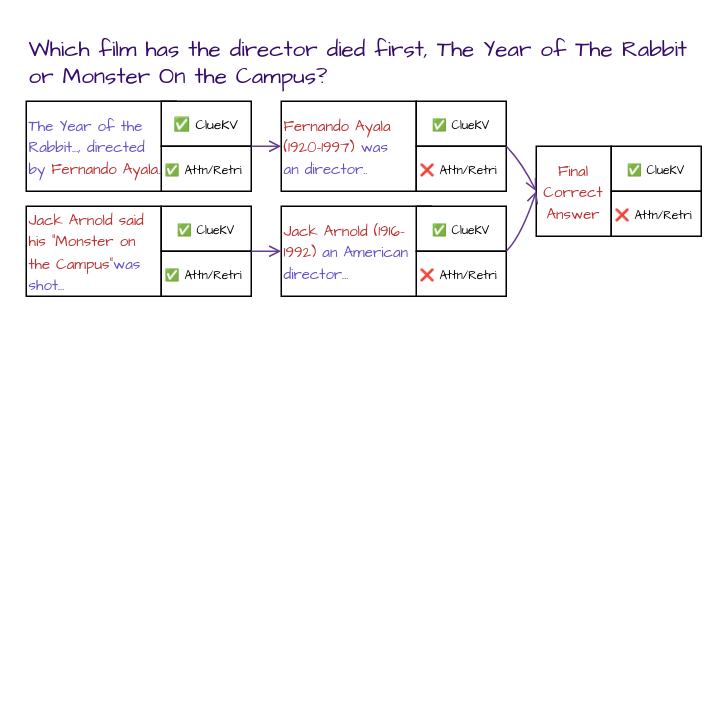
Before: draw.io/Untitled Diagram.drawio in paitsai/texbook, a draw.io diagram. Source tidied: cells renumbered, new cells numbered last; positions are measured from the earlier drawing's top-left corner, leaving out a move shared by most shapes. Both pictures are drawn from the tidied source at 150%, with x=0, y=0 at pixel (26, 26).
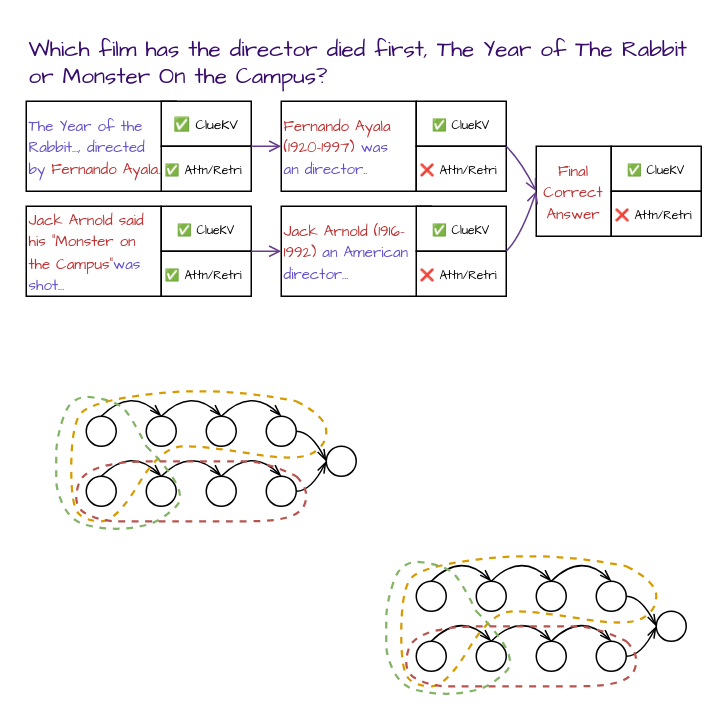
The same diagram, later.

What changed in the source:
```diff
@@
+    <mxCell id="22" style="ellipse;whiteSpace=wrap;html=1;" parent="1" vertex="1">
+      <mxGeometry x="40" y="260" width="20" height="20" as="geometry" />
+    </mxCell>
+    <mxCell id="23" style="ellipse;whiteSpace=wrap;html=1;" parent="1" vertex="1">
+      <mxGeometry x="40" y="300" width="20" height="20" as="geometry" />
+    </mxCell>
+    <mxCell id="24" style="ellipse;whiteSpace=wrap;html=1;" parent="1" vertex="1">
+      <mxGeometry x="80" y="260" width="20" height="20" as="geometry" />
+    </mxCell>
+    <mxCell id="25" style="ellipse;whiteSpace=wrap;html=1;" parent="1" vertex="1">
+      <mxGeometry x="80" y="300" width="20" height="20" as="geometry" />
+    </mxCell>
+    <mxCell id="26" style="ellipse;whiteSpace=wrap;html=1;" parent="1" vertex="1">
+      <mxGeometry x="120" y="300" width="20" height="20" as="geometry" />
+    </mxCell>
+    <mxCell id="27" style="ellipse;whiteSpace=wrap;html=1;" parent="1" vertex="1">
+      <mxGeometry x="120" y="260" width="20" height="20" as="geometry" />
+    </mxCell>
+    <mxCell id="28" style="curved=1;endArrow=openThin;html=1;rounded=0;exitX=0.5;exitY=0;exitDx=0;exitDy=0;entryX=0.5;entryY=0;entryDx=0;entryDy=0;endFill=0;" parent="1" edge="1" source="22" target="24">
+      <mxGeometry relative="1" as="geometry">
+        <Array as="points">
+          <mxPoint x="70" y="240" />
+        </Array>
+      </mxGeometry>
+    </mxCell>
+    <mxCell id="29" style="curved=1;endArrow=openThin;html=1;rounded=0;exitX=0.5;exitY=0;exitDx=0;exitDy=0;entryX=0.5;entryY=0;entryDx=0;entryDy=0;endFill=0;" parent="1" edge="1">
+      <mxGeometry relative="1" as="geometry">
+        <mxPoint x="90" y="260" as="sourcePoint" />
+        <mxPoint x="130" y="260" as="targetPoint" />
+        <Array as="points">
+          <mxPoint x="110" y="240" />
+        </Array>
+      </mxGeometry>
+    </mxCell>
+    <mxCell id="30" style="curved=1;endArrow=openThin;html=1;rounded=0;exitX=0.5;exitY=0;exitDx=0;exitDy=0;entryX=0.5;entryY=0;entryDx=0;entryDy=0;endFill=0;" parent="1" edge="1">
+      <mxGeometry relative="1" as="geometry">
+        <mxPoint x="50" y="300" as="sourcePoint" />
+        <mxPoint x="90" y="300" as="targetPoint" />
+        <Array as="points">
+          <mxPoint x="70" y="280" />
+        </Array>
+      </mxGeometry>
+    </mxCell>
+    <mxCell id="31" style="curved=1;endArrow=openThin;html=1;rounded=0;exitX=0.5;exitY=0;exitDx=0;exitDy=0;entryX=0.5;entryY=0;entryDx=0;entryDy=0;endFill=0;" parent="1" edge="1">
+      <mxGeometry relative="1" as="geometry">
+        <mxPoint x="90" y="300" as="sourcePoint" />
+        <mxPoint x="130" y="300" as="targetPoint" />
+        <Array as="points">
+          <mxPoint x="110" y="280" />
+        </Array>
+      </mxGeometry>
+    </mxCell>
+    <mxCell id="32" style="curved=1;endArrow=none;html=1;rounded=0;endFill=0;dashed=1;fillColor=#ffe6cc;strokeColor=#d79b00;strokeWidth=1.5;" parent="1" edge="1">
+      <mxGeometry relative="1" as="geometry">
+        <mxPoint x="180" y="250" as="sourcePoint" />
+        <mxPoint x="180" y="250" as="targetPoint" />
+        <Array as="points">
+          <mxPoint x="200" y="260" />
+          <mxPoint x="200" y="280" />
+          <mxPoint x="180" y="290" />
+          <mxPoint x="120" y="280" />
+          <mxPoint x="90" y="280" />
+          <mxPoint x="60" y="330" />
+          <mxPoint x="40" y="330" />
+          <mxPoint x="30" y="320" />
+          <mxPoint x="30" y="270" />
+          <mxPoint x="40" y="250" />
+          <mxPoint x="130" y="240" />
+        </Array>
+      </mxGeometry>
+    </mxCell>
+    <mxCell id="33" style="curved=1;endArrow=none;html=1;rounded=0;endFill=0;dashed=1;fillColor=#d5e8d4;strokeColor=#82b366;strokeWidth=1.5;" parent="1" edge="1">
+      <mxGeometry relative="1" as="geometry">
+        <mxPoint x="80" y="280" as="sourcePoint" />
+        <mxPoint x="80" y="280" as="targetPoint" />
+        <Array as="points">
+          <mxPoint x="110" y="310" />
+          <mxPoint x="90" y="330" />
+          <mxPoint x="70" y="335" />
+          <mxPoint x="50" y="335" />
+          <mxPoint x="30" y="330" />
+          <mxPoint x="20" y="310" />
+          <mxPoint x="20" y="295" />
+          <mxPoint x="20" y="275" />
+          <mxPoint x="30" y="245" />
+          <mxPoint x="60" y="250" />
+          <mxPoint x="70" y="260" />
+        </Array>
+      </mxGeometry>
+    </mxCell>
+    <mxCell id="34" style="ellipse;whiteSpace=wrap;html=1;" parent="1" vertex="1">
+      <mxGeometry x="160" y="260" width="20" height="20" as="geometry" />
+    </mxCell>
+    <mxCell id="35" style="curved=1;endArrow=openThin;html=1;rounded=0;exitX=0.5;exitY=0;exitDx=0;exitDy=0;entryX=0.5;entryY=0;entryDx=0;entryDy=0;endFill=0;" parent="1" edge="1">
+      <mxGeometry relative="1" as="geometry">
+        <mxPoint x="130" y="260" as="sourcePoint" />
+        <mxPoint x="170" y="260" as="targetPoint" />
+        <Array as="points">
+          <mxPoint x="150" y="240" />
+        </Array>
+      </mxGeometry>
+    </mxCell>
+    <mxCell id="36" style="curved=1;endArrow=openThin;html=1;rounded=0;exitX=0.5;exitY=0;exitDx=0;exitDy=0;entryX=0;entryY=0.5;entryDx=0;entryDy=0;endFill=0;" parent="1" edge="1">
+      <mxGeometry relative="1" as="geometry">
+        <mxPoint x="180" y="270" as="sourcePoint" />
+        <mxPoint x="200" y="290" as="targetPoint" />
+        <Array as="points">
+          <mxPoint x="190" y="270" />
+        </Array>
+      </mxGeometry>
+    </mxCell>
+    <mxCell id="37" style="ellipse;whiteSpace=wrap;html=1;" parent="1" vertex="1">
+      <mxGeometry x="160" y="300" width="20" height="20" as="geometry" />
+    </mxCell>
+    <mxCell id="38" style="curved=1;endArrow=openThin;html=1;rounded=0;exitX=0.5;exitY=0;exitDx=0;exitDy=0;entryX=0.5;entryY=0;entryDx=0;entryDy=0;endFill=0;" parent="1" edge="1">
+      <mxGeometry relative="1" as="geometry">
+        <mxPoint x="130" y="300" as="sourcePoint" />
+        <mxPoint x="170" y="300" as="targetPoint" />
+        <Array as="points">
+          <mxPoint x="150" y="280" />
+        </Array>
+      </mxGeometry>
+    </mxCell>
+    <mxCell id="39" style="ellipse;whiteSpace=wrap;html=1;" parent="1" vertex="1">
+      <mxGeometry x="200" y="280" width="20" height="20" as="geometry" />
+    </mxCell>
+    <mxCell id="40" style="curved=1;endArrow=openThin;html=1;rounded=0;exitX=0.5;exitY=0;exitDx=0;exitDy=0;entryX=0;entryY=0.5;entryDx=0;entryDy=0;endFill=0;" parent="1" edge="1" target="39">
+      <mxGeometry relative="1" as="geometry">
+        <mxPoint x="180" y="310" as="sourcePoint" />
+        <Array as="points">
+          <mxPoint x="190" y="310" />
+        </Array>
+      </mxGeometry>
+    </mxCell>
+    <mxCell id="41" style="curved=1;endArrow=none;html=1;rounded=0;endFill=0;dashed=1;fillColor=#f8cecc;strokeColor=#b85450;strokeWidth=1.5;" parent="1" edge="1">
+      <mxGeometry relative="1" as="geometry">
+        <mxPoint x="180" y="300" as="sourcePoint" />
+        <mxPoint x="180" y="300" as="targetPoint" />
+        <Array as="points">
+          <mxPoint x="190" y="310" />
+          <mxPoint x="180" y="330" />
+          <mxPoint x="120" y="330" />
+          <mxPoint x="70" y="330" />
+          <mxPoint x="50" y="330" />
+          <mxPoint x="30" y="320" />
+          <mxPoint x="40" y="290" />
+          <mxPoint x="130" y="290" />
+          <mxPoint x="160" y="290" />
+        </Array>
+      </mxGeometry>
+    </mxCell>
+    <mxCell id="42" style="ellipse;whiteSpace=wrap;html=1;direction=east;" parent="1" vertex="1">
+      <mxGeometry x="260" y="370" width="20" height="20" as="geometry" />
+    </mxCell>
+    <mxCell id="43" style="ellipse;whiteSpace=wrap;html=1;direction=east;" parent="1" vertex="1">
+      <mxGeometry x="260" y="410" width="20" height="20" as="geometry" />
+    </mxCell>
+    <mxCell id="44" style="ellipse;whiteSpace=wrap;html=1;direction=east;" parent="1" vertex="1">
+      <mxGeometry x="300" y="370" width="20" height="20" as="geometry" />
+    </mxCell>
+    <mxCell id="45" style="ellipse;whiteSpace=wrap;html=1;direction=east;" parent="1" vertex="1">
+      <mxGeometry x="300" y="410" width="20" height="20" as="geometry" />
+    </mxCell>
+    <mxCell id="46" style="ellipse;whiteSpace=wrap;html=1;direction=east;" parent="1" vertex="1">
+      <mxGeometry x="340" y="410" width="20" height="20" as="geometry" />
+    </mxCell>
+    <mxCell id="47" style="ellipse;whiteSpace=wrap;html=1;direction=east;" parent="1" vertex="1">
+      <mxGeometry x="340" y="370" width="20" height="20" as="geometry" />
+    </mxCell>
+    <mxCell id="48" style="curved=1;endArrow=openThin;html=1;rounded=0;exitX=0.5;exitY=0;exitDx=0;exitDy=0;entryX=0.5;entryY=0;entryDx=0;entryDy=0;endFill=0;" parent="1" edge="1" source="42" target="44">
+      <mxGeometry relative="1" as="geometry">
+        <Array as="points">
+          <mxPoint x="290" y="350" />
+        </Array>
+      </mxGeometry>
+    </mxCell>
+    <mxCell id="49" style="curved=1;endArrow=openThin;html=1;rounded=0;exitX=0.5;exitY=0;exitDx=0;exitDy=0;entryX=0.5;entryY=0;entryDx=0;entryDy=0;endFill=0;" parent="1" edge="1">
+      <mxGeometry relative="1" as="geometry">
+        <mxPoint x="310" y="370" as="sourcePoint" />
+        <mxPoint x="350" y="370" as="targetPoint" />
+        <Array as="points">
+          <mxPoint x="330" y="350" />
+        </Array>
+      </mxGeometry>
+    </mxCell>
+    <mxCell id="50" style="curved=1;endArrow=openThin;html=1;rounded=0;exitX=0.5;exitY=0;exitDx=0;exitDy=0;entryX=0.5;entryY=0;entryDx=0;entryDy=0;endFill=0;" parent="1" edge="1">
+      <mxGeometry relative="1" as="geometry">
+        <mxPoint x="270" y="410" as="sourcePoint" />
+        <mxPoint x="310" y="410" as="targetPoint" />
+        <Array as="points">
+          <mxPoint x="290" y="390" />
+        </Array>
+      </mxGeometry>
+    </mxCell>
+    <mxCell id="51" style="curved=1;endArrow=openThin;html=1;rounded=0;exitX=0.5;exitY=0;exitDx=0;exitDy=0;entryX=0.5;entryY=0;entryDx=0;entryDy=0;endFill=0;" parent="1" edge="1">
+      <mxGeometry relative="1" as="geometry">
+        <mxPoint x="310" y="410" as="sourcePoint" />
+        <mxPoint x="350" y="410" as="targetPoint" />
+        <Array as="points">
+          <mxPoint x="330" y="390" />
+        </Array>
+      </mxGeometry>
+    </mxCell>
+    <mxCell id="52" style="curved=1;endArrow=none;html=1;rounded=0;endFill=0;dashed=1;fillColor=#ffe6cc;strokeColor=#d79b00;strokeWidth=1.5;" parent="1" edge="1">
+      <mxGeometry relative="1" as="geometry">
+        <mxPoint x="400" y="360" as="sourcePoint" />
+        <mxPoint x="400" y="360" as="targetPoint" />
+        <Array as="points">
+          <mxPoint x="420" y="370" />
+          <mxPoint x="420" y="390" />
+          <mxPoint x="400" y="400" />
+          <mxPoint x="340" y="390" />
+          <mxPoint x="310" y="390" />
+          <mxPoint x="280" y="440" />
+          <mxPoint x="260" y="440" />
+          <mxPoint x="250" y="430" />
+          <mxPoint x="250" y="380" />
+          <mxPoint x="260" y="360" />
+          <mxPoint x="350" y="350" />
+        </Array>
+      </mxGeometry>
+    </mxCell>
+    <mxCell id="53" style="curved=1;endArrow=none;html=1;rounded=0;endFill=0;dashed=1;fillColor=#d5e8d4;strokeColor=#82b366;strokeWidth=1.5;" parent="1" edge="1">
+      <mxGeometry relative="1" as="geometry">
+        <mxPoint x="300" y="390" as="sourcePoint" />
+        <mxPoint x="300" y="390" as="targetPoint" />
+        <Array as="points">
+          <mxPoint x="330" y="420" />
+          <mxPoint x="310" y="440" />
+          <mxPoint x="290" y="445" />
+          <mxPoint x="270" y="445" />
+          <mxPoint x="250" y="440" />
+          <mxPoint x="240" y="420" />
+          <mxPoint x="240" y="405" />
+          <mxPoint x="240" y="385" />
+          <mxPoint x="250" y="355" />
+          <mxPoint x="280" y="360" />
+          <mxPoint x="290" y="370" />
+        </Array>
+      </mxGeometry>
+    </mxCell>
+    <mxCell id="54" style="ellipse;whiteSpace=wrap;html=1;direction=east;" parent="1" vertex="1">
+      <mxGeometry x="380" y="370" width="20" height="20" as="geometry" />
+    </mxCell>
+    <mxCell id="55" style="curved=1;endArrow=openThin;html=1;rounded=0;exitX=0.5;exitY=0;exitDx=0;exitDy=0;entryX=0.5;entryY=0;entryDx=0;entryDy=0;endFill=0;" parent="1" edge="1">
+      <mxGeometry relative="1" as="geometry">
+        <mxPoint x="350" y="370" as="sourcePoint" />
+        <mxPoint x="390" y="370" as="targetPoint" />
+        <Array as="points">
+          <mxPoint x="370" y="350" />
+        </Array>
+      </mxGeometry>
+    </mxCell>
+    <mxCell id="56" style="curved=1;endArrow=openThin;html=1;rounded=0;exitX=0.5;exitY=0;exitDx=0;exitDy=0;entryX=0;entryY=0.5;entryDx=0;entryDy=0;endFill=0;" parent="1" edge="1">
+      <mxGeometry relative="1" as="geometry">
+        <mxPoint x="400" y="380" as="sourcePoint" />
+        <mxPoint x="420" y="400" as="targetPoint" />
+        <Array as="points">
+          <mxPoint x="410" y="380" />
+        </Array>
+      </mxGeometry>
+    </mxCell>
+    <mxCell id="57" style="ellipse;whiteSpace=wrap;html=1;direction=east;" parent="1" vertex="1">
+      <mxGeometry x="380" y="410" width="20" height="20" as="geometry" />
+    </mxCell>
+    <mxCell id="58" style="curved=1;endArrow=openThin;html=1;rounded=0;exitX=0.5;exitY=0;exitDx=0;exitDy=0;entryX=0.5;entryY=0;entryDx=0;entryDy=0;endFill=0;" parent="1" edge="1">
+      <mxGeometry relative="1" as="geometry">
+        <mxPoint x="350" y="410" as="sourcePoint" />
+        <mxPoint x="390" y="410" as="targetPoint" />
+        <Array as="points">
+          <mxPoint x="370" y="390" />
+        </Array>
+      </mxGeometry>
+    </mxCell>
+    <mxCell id="59" style="ellipse;whiteSpace=wrap;html=1;direction=east;" parent="1" vertex="1">
+      <mxGeometry x="420" y="390" width="20" height="20" as="geometry" />
+    </mxCell>
+    <mxCell id="60" style="curved=1;endArrow=openThin;html=1;rounded=0;exitX=0;exitY=0.5;exitDx=0;exitDy=0;entryX=0;entryY=0.5;entryDx=0;entryDy=0;endFill=0;" parent="1" edge="1" target="59">
+      <mxGeometry relative="1" as="geometry">
+        <mxPoint x="400" y="420" as="sourcePoint" />
+        <Array as="points">
+          <mxPoint x="410" y="420" />
+        </Array>
+      </mxGeometry>
+    </mxCell>
+    <mxCell id="61" style="curved=1;endArrow=none;html=1;rounded=0;endFill=0;dashed=1;fillColor=#f8cecc;strokeColor=#b85450;strokeWidth=1.5;" parent="1" edge="1">
+      <mxGeometry relative="1" as="geometry">
+        <mxPoint x="400" y="410" as="sourcePoint" />
+        <mxPoint x="400" y="410" as="targetPoint" />
+        <Array as="points">
+          <mxPoint x="410" y="420" />
+          <mxPoint x="400" y="440" />
+          <mxPoint x="340" y="440" />
+          <mxPoint x="290" y="440" />
+          <mxPoint x="270" y="440" />
+          <mxPoint x="250" y="430" />
+          <mxPoint x="260" y="400" />
+          <mxPoint x="350" y="400" />
+          <mxPoint x="380" y="400" />
+        </Array>
+      </mxGeometry>
+    </mxCell>
```
